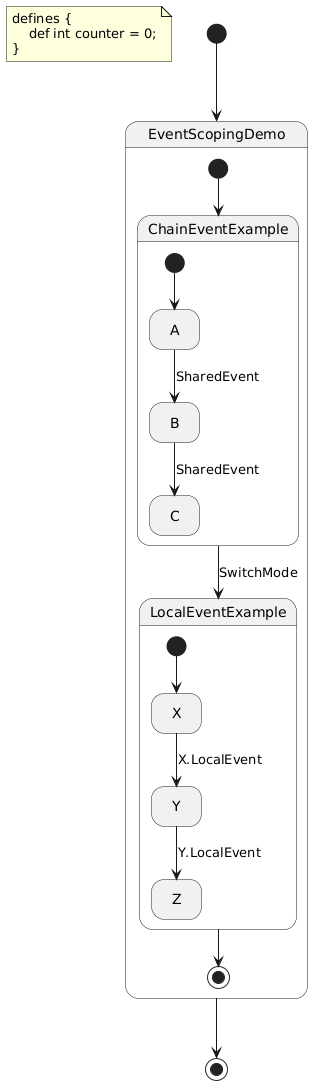
Above: docs/source/tutorials/dsl/event_scoping_comparison.fcstm.puml.png in HansBug/pyfcstm (PlantUML), before the change. Its diagram source:
```plantuml
@startuml
hide empty description
note as DefinitionNote
defines {
    def int counter = 0;
}
end note

state "EventScopingDemo" as event_scoping_demo {
    state "ChainEventExample" as event_scoping_demo__chain_event_example {
        state "A" as event_scoping_demo__chain_event_example__a
        state "B" as event_scoping_demo__chain_event_example__b
        state "C" as event_scoping_demo__chain_event_example__c
        [*] --> event_scoping_demo__chain_event_example__a
        event_scoping_demo__chain_event_example__a --> event_scoping_demo__chain_event_example__b : SharedEvent
        event_scoping_demo__chain_event_example__b --> event_scoping_demo__chain_event_example__c : SharedEvent
    }
    state "LocalEventExample" as event_scoping_demo__local_event_example {
        state "X" as event_scoping_demo__local_event_example__x
        state "Y" as event_scoping_demo__local_event_example__y
        state "Z" as event_scoping_demo__local_event_example__z
        [*] --> event_scoping_demo__local_event_example__x
        event_scoping_demo__local_event_example__x --> event_scoping_demo__local_event_example__y : X.LocalEvent
        event_scoping_demo__local_event_example__y --> event_scoping_demo__local_event_example__z : Y.LocalEvent
    }
    [*] --> event_scoping_demo__chain_event_example
    event_scoping_demo__chain_event_example --> event_scoping_demo__local_event_example : SwitchMode
    event_scoping_demo__local_event_example --> [*]
}
[*] --> event_scoping_demo
event_scoping_demo --> [*]
@enduml
```
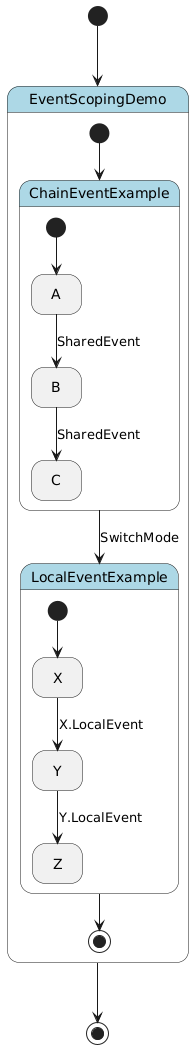
Later version of the same file.

The edit, as a diff of the source:
```diff
@@ -1,13 +1,15 @@
 @startuml
 hide empty description
-note as DefinitionNote
-defines {
-    def int counter = 0;
+
+skinparam state {
+  BackgroundColor<<pseudo>> LightGray
+  BackgroundColor<<composite>> LightBlue
+  BorderColor<<pseudo>> Gray
+  FontStyle<<pseudo>> italic
 }
-end note
 
-state "EventScopingDemo" as event_scoping_demo {
-    state "ChainEventExample" as event_scoping_demo__chain_event_example {
+state "EventScopingDemo" as event_scoping_demo <<composite>> {
+    state "ChainEventExample" as event_scoping_demo__chain_event_example <<composite>> {
         state "A" as event_scoping_demo__chain_event_example__a
         state "B" as event_scoping_demo__chain_event_example__b
         state "C" as event_scoping_demo__chain_event_example__c
@@ -15,7 +17,7 @@
         event_scoping_demo__chain_event_example__a --> event_scoping_demo__chain_event_example__b : SharedEvent
         event_scoping_demo__chain_event_example__b --> event_scoping_demo__chain_event_example__c : SharedEvent
     }
-    state "LocalEventExample" as event_scoping_demo__local_event_example {
+    state "LocalEventExample" as event_scoping_demo__local_event_example <<composite>> {
         state "X" as event_scoping_demo__local_event_example__x
         state "Y" as event_scoping_demo__local_event_example__y
         state "Z" as event_scoping_demo__local_event_example__z
```
